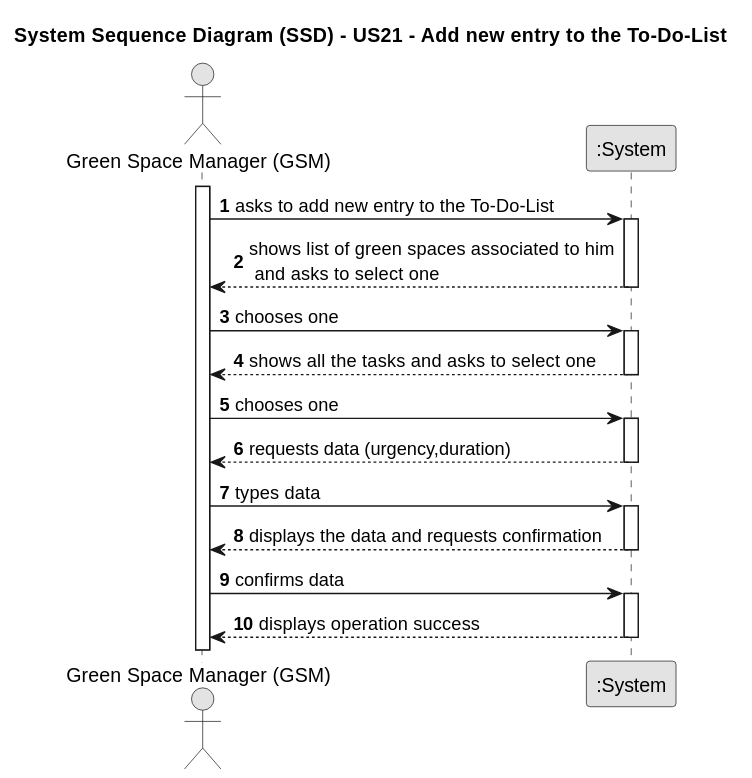
This is docs/sprint3/us21/01.requirements-engineering/svg/us21-system-sequence-diagram.svg from Departamento-de-Engenharia-Informatica/lei-24-s2-1db-g022, a PlantUML export, as it was before one commit.
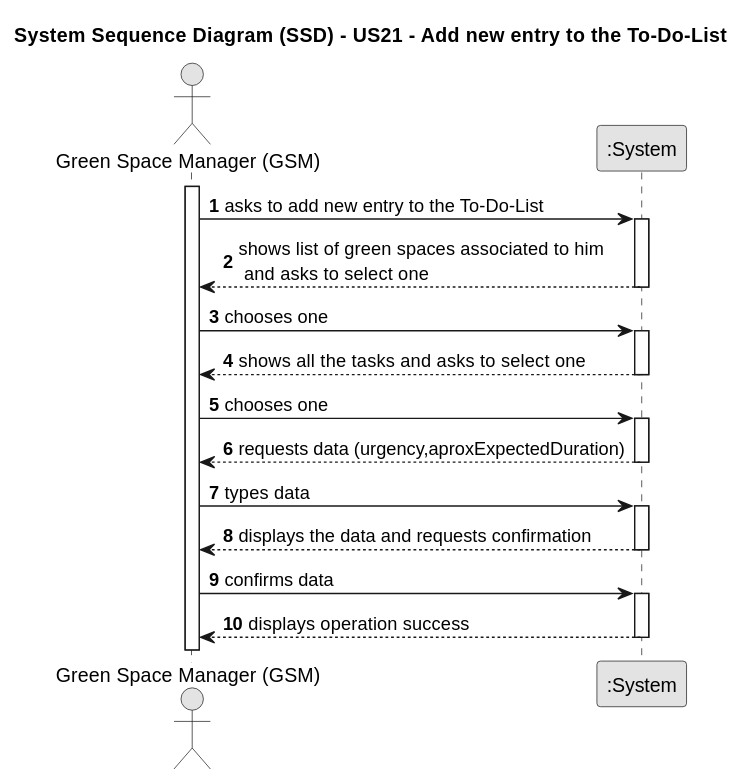
Above is the later version.

The edit, as a diff of the source:
```diff
@@ -27,7 +27,7 @@
     GSM->System: chooses one
     activate System
 
-        System --> GSM : requests data (urgency,duration)
+        System --> GSM : requests data (urgency,aproxExpectedDuration)
     deactivate System
 
     GSM -> System : types data
```
